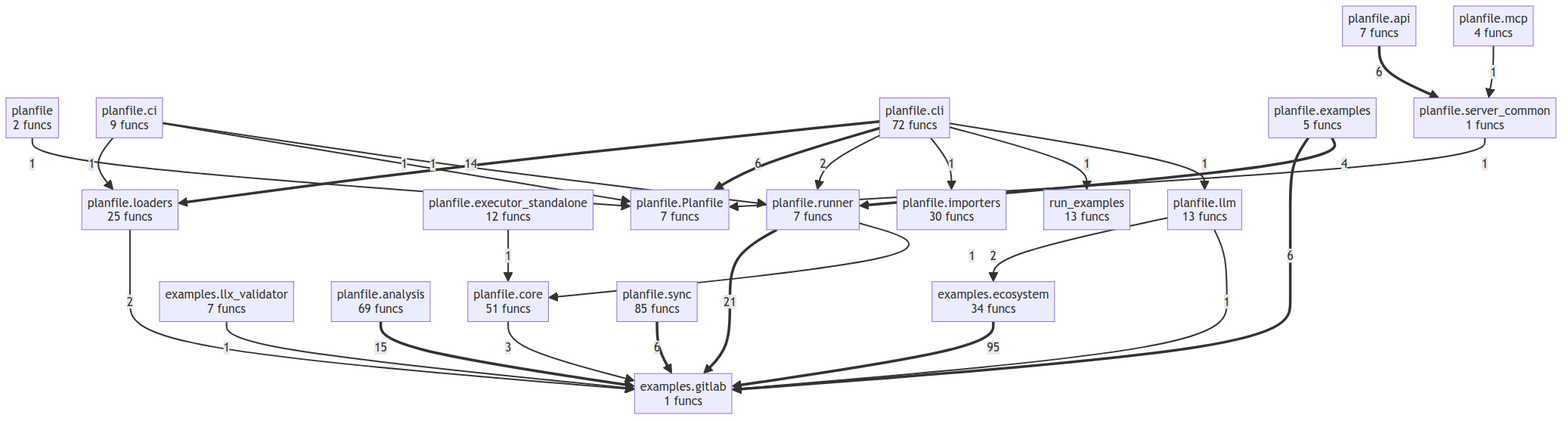
Above: project/compact_flow.png in semcod/planfile (Mermaid), before the change. Its source is kept beside it as project/compact_flow.mmd.
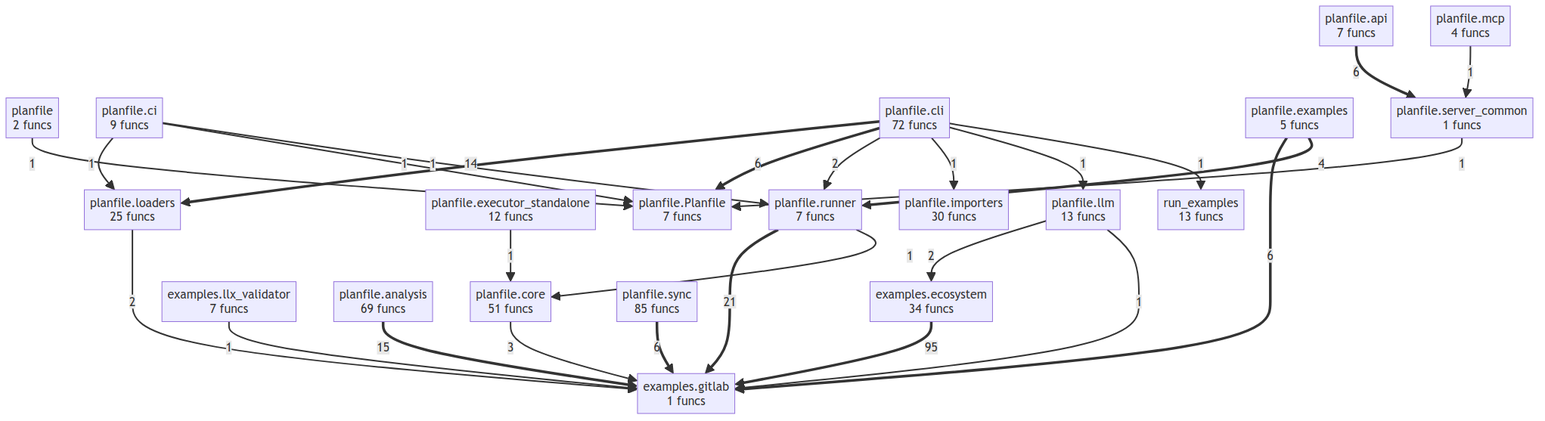
The same diagram one commit later.

The edit, as a diff of the source:
```diff
@@ -30,18 +30,18 @@
     planfile__examples ==>|4| planfile__runner
     planfile__core -->|3| examples__gitlab
     planfile__loaders -->|2| examples__gitlab
+    planfile__cli -->|2| planfile__runner
     planfile__llm -->|2| examples__ecosystem
-    planfile__cli -->|2| planfile__runner
+    planfile__server_common -->|1| planfile__Planfile
     examples__llx_validator -->|1| examples__gitlab
-    planfile__server_common -->|1| planfile__Planfile
+    planfile -->|1| planfile__Planfile
     planfile__runner -->|1| planfile__core
-    planfile -->|1| planfile__Planfile
     planfile__executor_standalone -->|1| planfile__core
     planfile__ci -->|1| planfile__loaders
     planfile__ci -->|1| planfile__Planfile
     planfile__ci -->|1| planfile__runner
-    planfile__llm -->|1| examples__gitlab
     planfile__mcp -->|1| planfile__server_common
     planfile__cli -->|1| planfile__importers
+    planfile__llm -->|1| examples__gitlab
+    planfile__cli -->|1| planfile__llm
     planfile__cli -->|1| run_examples
-    planfile__cli -->|1| planfile__llm
```
